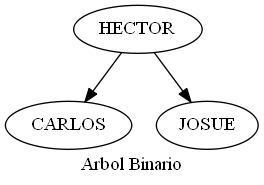
This is Reportes/Arbol.png from hr9457/EDD_1S2020_PY1_201314296, a Graphviz export, as it was before one commit. Its source is kept beside it as ArchivosDot/Arbol.dot.
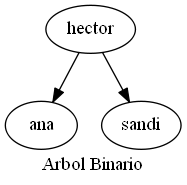
Above is the later version.

What changed in the source:
```diff
@@ -1,10 +1,10 @@
 digraph arbol
 {
 rankdir=TB;
-nodoHECTOR[ label = "HECTOR"];
-nodoHECTOR->nodoCARLOS
-nodoCARLOS[ label = "CARLOS"];
-nodoHECTOR->nodoJOSUE
-nodoJOSUE[ label = "JOSUE"];
+nodohector[ label = "hector"];
+nodohector->nodoana
+nodoana[ label = "ana"];
+nodohector->nodosandi
+nodosandi[ label = "sandi"];
 label = " Arbol Binario "
 }
```
